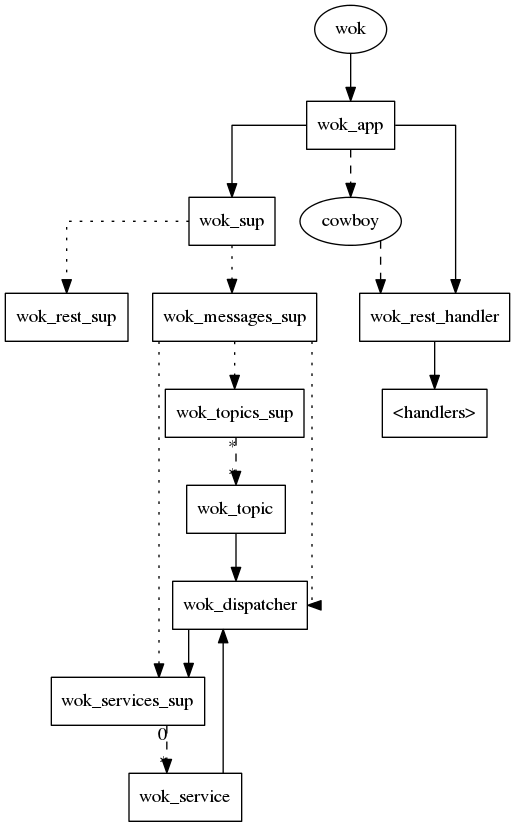
Before: wok.call.png, a diagram exported from Graphviz (botsunit/wok). Its source is kept beside it as wok.call.gv. The source it was exported from:
```dot
digraph wok {
  splines=ortho;
  node[shape=box];

  wok[shape=oval];
  wok -> wok_app;
  wok_app -> wok_sup;

  cowboy[shape=oval];
  wok_app -> cowboy [style=dashed];
  wok_app -> wok_rest_handler;
  cowboy -> wok_rest_handler [style=dashed];
  wok_rest_handler -> "<handlers>";

  wok_sup -> wok_messages_sup [style=dotted];
  wok_sup -> wok_rest_sup [style=dotted];

  wok_messages_sup -> wok_dispatcher [style=dotted];
  wok_messages_sup -> wok_services_sup [style=dotted];
  wok_messages_sup -> wok_topics_sup [style=dotted];

  wok_dispatcher -> wok_services_sup;

  wok_services_sup -> wok_service [style=dashed, headlabel="*", taillabel="0"];

  wok_topics_sup -> wok_topic [style=dashed, headlabel="*", taillabel="*"];

  wok_service -> wok_dispatcher;

  wok_topic -> wok_dispatcher;

}
```
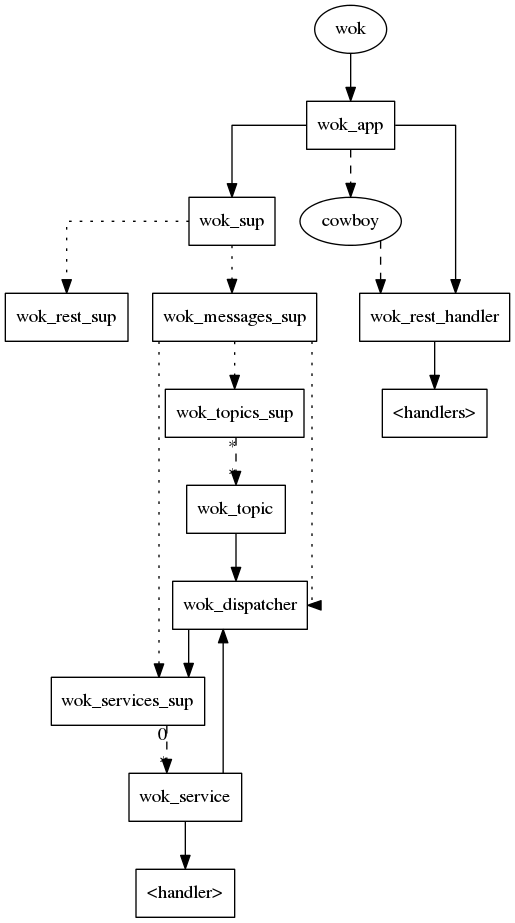
Above is the later version.

Commit message:
Allow using custom message handler

What changed in the source:
```diff
@@ -27,6 +27,8 @@
 
   wok_service -> wok_dispatcher;
 
+  wok_service -> "<handler>";
+
   wok_topic -> wok_dispatcher;
 
 }
```
